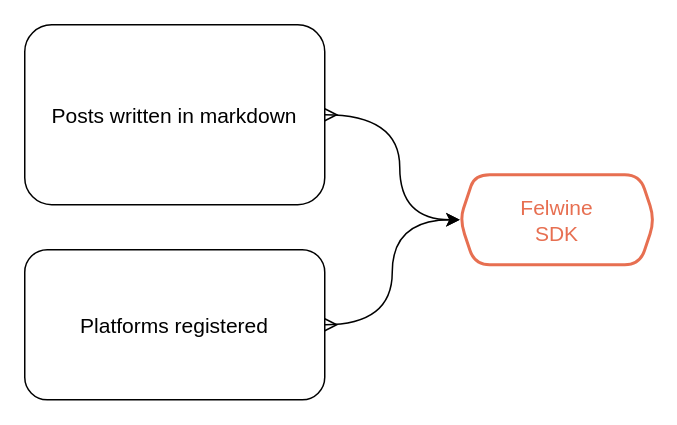
notifiles/documentation keeps this draw.io diagram as static/diagrams/source/architecture.drawio. Above is the earlier version. Source tidied: cells renumbered, new cells numbered last; positions are measured from the earlier drawing's top-left corner, leaving out a move shared by most shapes. Both pictures are drawn from the tidied source at 150%, with x=0, y=0 at pixel (24, 24).
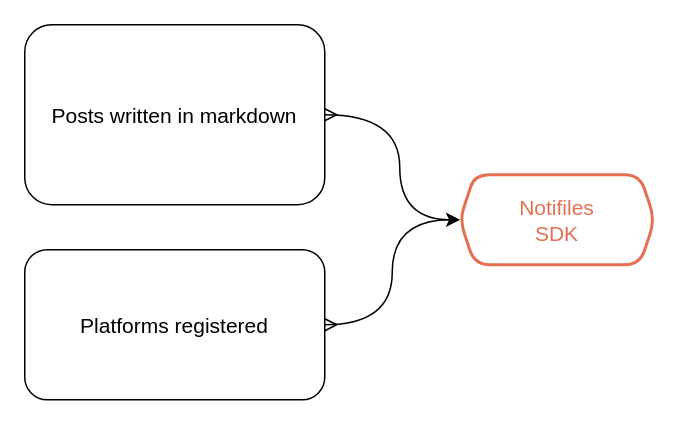
Above is the later version.

Change to the diagram source:
```diff
@@
 <mxGraphModel>
   <root>
     <mxCell id="0" />
     <mxCell id="1" parent="0" />
     <mxCell id="2" value="Posts written in markdown" style="rounded=1;fontFamily=Space Grotesk;fontSize=14;align=center;" parent="1" vertex="1">
       <mxGeometry width="200" height="120" as="geometry" />
     </mxCell>
-    <mxCell id="3" value="Felwine&#10;SDK" style="shape=hexagon;perimeter=hexagonPerimeter2;fixedSize=1;rounded=1;size=10;fontFamily=Space Grotesk;fontStyle=0;strokeColor=#e76f51;strokeWidth=2;fontColor=#E76F51;fontSize=14;" parent="1" vertex="1">
+    <mxCell id="3" value="Notifiles&#10;SDK" style="shape=hexagon;perimeter=hexagonPerimeter2;fixedSize=1;rounded=1;size=10;fontFamily=Space Grotesk;fontStyle=0;strokeColor=#e76f51;strokeWidth=2;fontColor=#E76F51;fontSize=14;" parent="1" vertex="1">
       <mxGeometry x="290" y="100" width="130" height="60" as="geometry" />
     </mxCell>
     <mxCell id="4" style="edgeStyle=orthogonalEdgeStyle;rounded=0;jettySize=auto;html=1;entryX=0;entryY=0.5;entryDx=0;entryDy=0;startArrow=ERmany;startFill=0;curved=1;exitX=1;exitY=0.5;exitDx=0;exitDy=0;" parent="1" edge="1" source="2" target="3">
       <mxGeometry relative="1" as="geometry">
         <Array as="points">
           <mxPoint x="250" y="60" />
           <mxPoint x="250" y="130" />
         </Array>
       </mxGeometry>
     </mxCell>
     <mxCell id="5" style="edgeStyle=orthogonalEdgeStyle;rounded=0;jettySize=auto;html=1;entryX=0;entryY=0.5;entryDx=0;entryDy=0;curved=1;startArrow=ERmany;startFill=0;" parent="1" edge="1" source="6" target="3">
       <mxGeometry relative="1" as="geometry" />
     </mxCell>
     <mxCell id="6" value="Platforms registered" style="rounded=1;fontFamily=Space Grotesk;fontSize=14;align=center;" parent="1" vertex="1">
       <mxGeometry y="150" width="200" height="100" as="geometry" />
     </mxCell>
   </root>
 </mxGraphModel>
```
